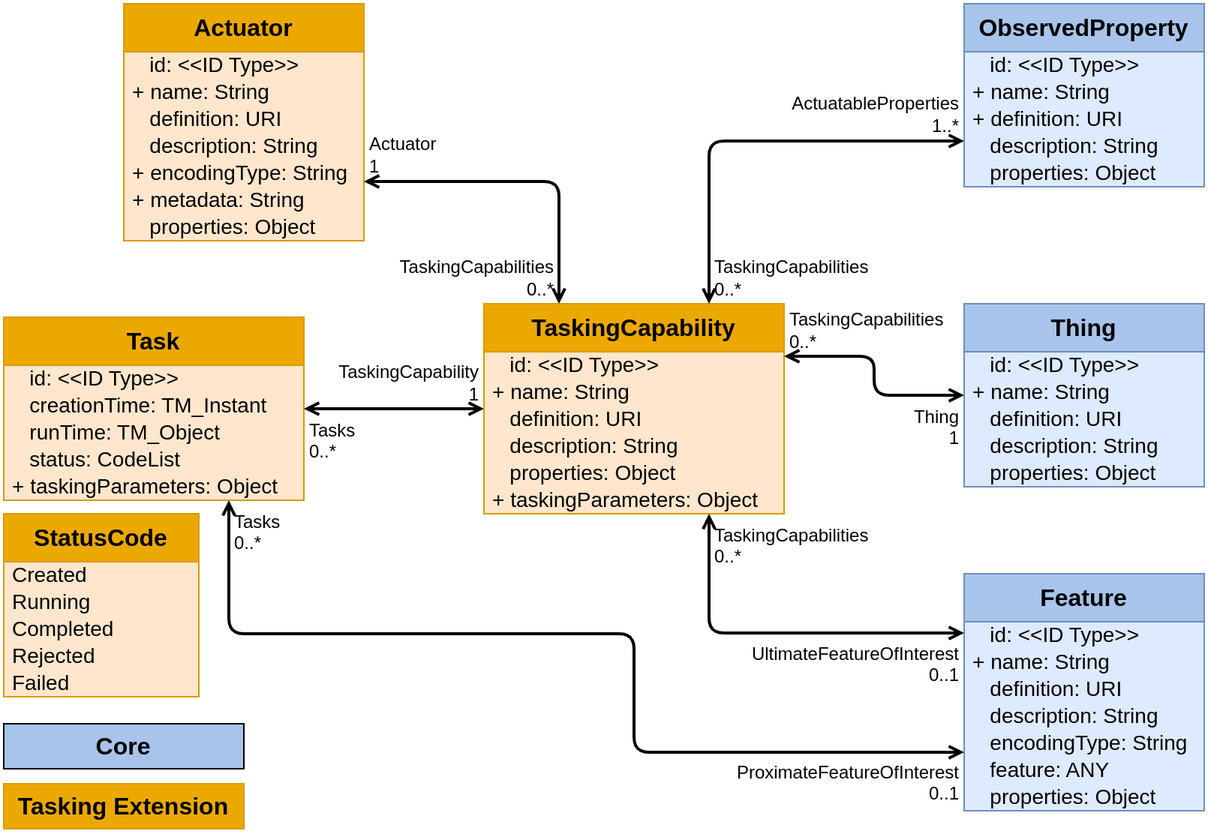
This is figures/Datamodel-SensorThingsApi-V2-Tasking.drawio.png from opengeospatial/sensorthings, a draw.io export, as it was before one commit. Source tidied: cells renumbered, new cells last; positions are measured from the earlier drawing's top-left corner, leaving out a move shared by most shapes.
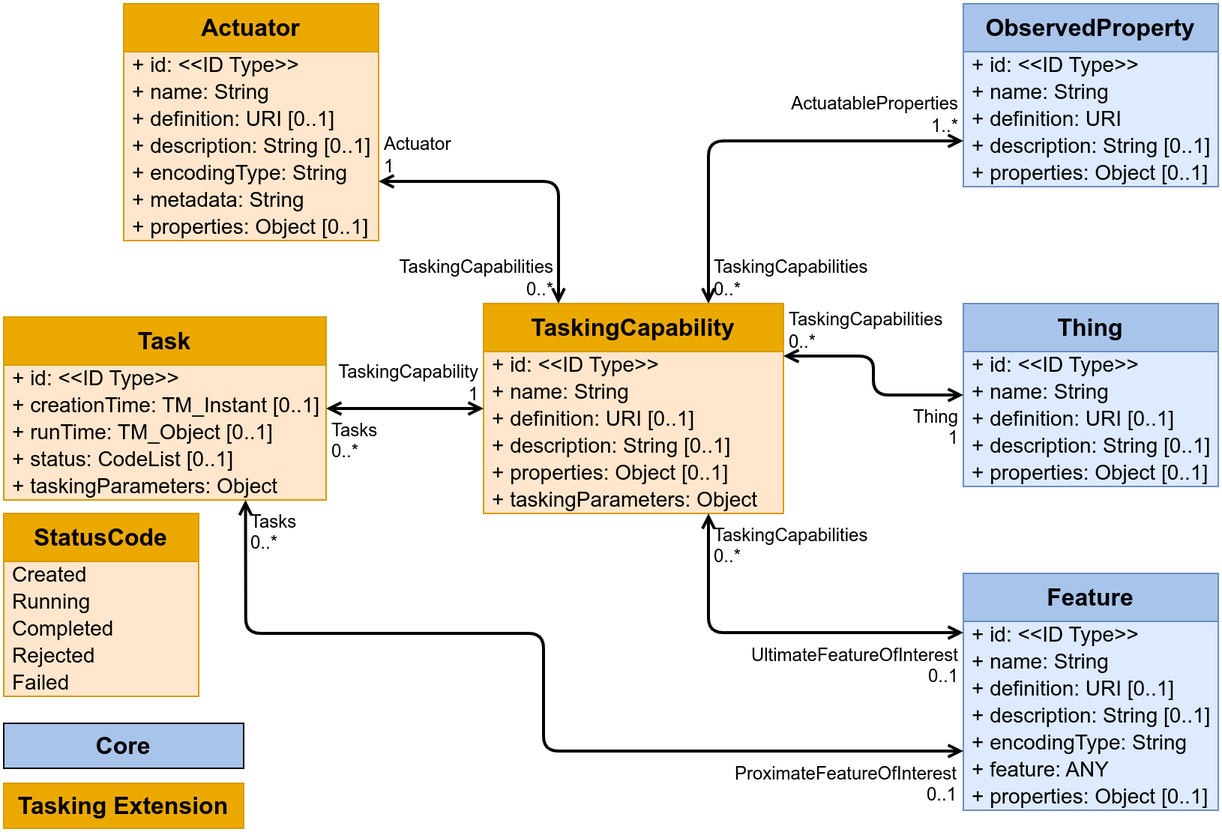
Above is the later version.

Diff of the diagram source:
```diff
@@ -5,60 +5,60 @@
     <mxCell id="2" value="Feature" style="swimlane;fontStyle=1;horizontal=1;startSize=32;fontSize=16;whiteSpace=wrap;html=1;fillColor=#A9C4EB;strokeColor=#6c8ebf;swimlaneFillColor=#DDEAFF;verticalAlign=top;" parent="1" vertex="1">
-      <mxGeometry x="640" y="380" width="160" height="158" as="geometry" />
+      <mxGeometry x="640" y="380" width="170" height="158" as="geometry" />
     </mxCell>
-    <mxCell id="3" value="&amp;nbsp;&amp;nbsp;&amp;nbsp;id: &amp;lt;&amp;lt;ID Type&amp;gt;&amp;gt;" style="text;strokeColor=none;fillColor=none;align=left;verticalAlign=middle;spacingLeft=4;spacingRight=4;overflow=visible;html=1;fontSize=14;" parent="2" vertex="1">
-      <mxGeometry y="32" width="160" height="18" as="geometry" />
+    <mxCell id="3" value="+ id: &amp;lt;&amp;lt;ID Type&amp;gt;&amp;gt;" style="text;strokeColor=none;fillColor=none;align=left;verticalAlign=middle;spacingLeft=4;spacingRight=4;overflow=visible;html=1;fontSize=14;" parent="2" vertex="1">
+      <mxGeometry y="32" width="170" height="18" as="geometry" />
     </mxCell>
     <mxCell id="4" value="+ name: String" style="text;strokeColor=none;fillColor=none;align=left;verticalAlign=middle;spacingLeft=4;spacingRight=4;overflow=visible;html=1;fontSize=14;" parent="2" vertex="1">
-      <mxGeometry y="50" width="160" height="18" as="geometry" />
+      <mxGeometry y="50" width="170" height="18" as="geometry" />
     </mxCell>
-    <mxCell id="5" value="&amp;nbsp; &amp;nbsp;definition: URI" style="text;strokeColor=none;fillColor=none;align=left;verticalAlign=middle;spacingLeft=4;spacingRight=4;overflow=visible;html=1;fontSize=14;" parent="2" vertex="1">
-      <mxGeometry y="68" width="160" height="18" as="geometry" />
+    <mxCell id="5" value="+ definition: URI&amp;nbsp;[0..1]" style="text;strokeColor=none;fillColor=none;align=left;verticalAlign=middle;spacingLeft=4;spacingRight=4;overflow=visible;html=1;fontSize=14;" parent="2" vertex="1">
+      <mxGeometry y="68" width="170" height="18" as="geometry" />
     </mxCell>
-    <mxCell id="6" value="&amp;nbsp; &amp;nbsp;description: String" style="text;strokeColor=none;fillColor=none;align=left;verticalAlign=middle;spacingLeft=4;spacingRight=4;overflow=visible;html=1;fontSize=14;" parent="2" vertex="1">
-      <mxGeometry y="86" width="160" height="18" as="geometry" />
+    <mxCell id="6" value="+ description: String&amp;nbsp;[0..1]" style="text;strokeColor=none;fillColor=none;align=left;verticalAlign=middle;spacingLeft=4;spacingRight=4;overflow=visible;html=1;fontSize=14;" parent="2" vertex="1">
+      <mxGeometry y="86" width="170" height="18" as="geometry" />
     </mxCell>
-    <mxCell id="7" value="&amp;nbsp; &amp;nbsp;encodingType: String" style="text;strokeColor=none;fillColor=none;align=left;verticalAlign=middle;spacingLeft=4;spacingRight=4;overflow=visible;html=1;fontSize=14;" parent="2" vertex="1">
-      <mxGeometry y="104" width="160" height="18" as="geometry" />
+    <mxCell id="7" value="+ encodingType: String" style="text;strokeColor=none;fillColor=none;align=left;verticalAlign=middle;spacingLeft=4;spacingRight=4;overflow=visible;html=1;fontSize=14;" parent="2" vertex="1">
+      <mxGeometry y="104" width="170" height="18" as="geometry" />
     </mxCell>
-    <mxCell id="8" value="&amp;nbsp; &amp;nbsp;feature: ANY" style="text;strokeColor=none;fillColor=none;align=left;verticalAlign=middle;spacingLeft=4;spacingRight=4;overflow=visible;html=1;fontSize=14;" parent="2" vertex="1">
-      <mxGeometry y="122" width="160" height="18" as="geometry" />
+    <mxCell id="8" value="+ feature: ANY" style="text;strokeColor=none;fillColor=none;align=left;verticalAlign=middle;spacingLeft=4;spacingRight=4;overflow=visible;html=1;fontSize=14;" parent="2" vertex="1">
+      <mxGeometry y="122" width="170" height="18" as="geometry" />
     </mxCell>
-    <mxCell id="9" value="&amp;nbsp;&amp;nbsp;&amp;nbsp;properties: Object" style="text;strokeColor=none;fillColor=none;align=left;verticalAlign=middle;spacingLeft=4;spacingRight=4;overflow=visible;html=1;fontSize=14;" parent="2" vertex="1">
-      <mxGeometry y="140" width="160" height="18" as="geometry" />
+    <mxCell id="9" value="+ properties: Object&amp;nbsp;[0..1]" style="text;strokeColor=none;fillColor=none;align=left;verticalAlign=middle;spacingLeft=4;spacingRight=4;overflow=visible;html=1;fontSize=14;" parent="2" vertex="1">
+      <mxGeometry y="140" width="170" height="18" as="geometry" />
     </mxCell>
     <mxCell id="10" value="ObservedProperty" style="swimlane;fontStyle=1;horizontal=1;startSize=32;fontSize=16;whiteSpace=wrap;html=1;fillColor=#A9C4EB;strokeColor=#6c8ebf;swimlaneFillColor=#DDEAFF;verticalAlign=top;" parent="1" vertex="1">
-      <mxGeometry x="640" width="160" height="122" as="geometry" />
+      <mxGeometry x="640" width="170" height="122" as="geometry" />
     </mxCell>
-    <mxCell id="11" value="&amp;nbsp;&amp;nbsp;&amp;nbsp;id: &amp;lt;&amp;lt;ID Type&amp;gt;&amp;gt;" style="text;strokeColor=none;fillColor=none;align=left;verticalAlign=middle;spacingLeft=4;spacingRight=4;overflow=visible;html=1;fontSize=14;" parent="10" vertex="1">
-      <mxGeometry y="32" width="160" height="18" as="geometry" />
+    <mxCell id="11" value="+ id: &amp;lt;&amp;lt;ID Type&amp;gt;&amp;gt;" style="text;strokeColor=none;fillColor=none;align=left;verticalAlign=middle;spacingLeft=4;spacingRight=4;overflow=visible;html=1;fontSize=14;" parent="10" vertex="1">
+      <mxGeometry y="32" width="170" height="18" as="geometry" />
     </mxCell>
     <mxCell id="12" value="+ name: String" style="text;strokeColor=none;fillColor=none;align=left;verticalAlign=middle;spacingLeft=4;spacingRight=4;overflow=visible;html=1;fontSize=14;" parent="10" vertex="1">
-      <mxGeometry y="50" width="160" height="18" as="geometry" />
+      <mxGeometry y="50" width="170" height="18" as="geometry" />
     </mxCell>
     <mxCell id="13" value="+ definition: URI" style="text;strokeColor=none;fillColor=none;align=left;verticalAlign=middle;spacingLeft=4;spacingRight=4;overflow=visible;html=1;fontSize=14;" parent="10" vertex="1">
-      <mxGeometry y="68" width="160" height="18" as="geometry" />
+      <mxGeometry y="68" width="170" height="18" as="geometry" />
     </mxCell>
-    <mxCell id="14" value="&amp;nbsp; &amp;nbsp;description: String" style="text;strokeColor=none;fillColor=none;align=left;verticalAlign=middle;spacingLeft=4;spacingRight=4;overflow=visible;html=1;fontSize=14;" parent="10" vertex="1">
-      <mxGeometry y="86" width="160" height="18" as="geometry" />
+    <mxCell id="14" value="+ description: String&amp;nbsp;[0..1]" style="text;strokeColor=none;fillColor=none;align=left;verticalAlign=middle;spacingLeft=4;spacingRight=4;overflow=visible;html=1;fontSize=14;" parent="10" vertex="1">
+      <mxGeometry y="86" width="170" height="18" as="geometry" />
     </mxCell>
-    <mxCell id="15" value="&amp;nbsp;&amp;nbsp;&amp;nbsp;properties: Object" style="text;strokeColor=none;fillColor=none;align=left;verticalAlign=middle;spacingLeft=4;spacingRight=4;overflow=visible;html=1;fontSize=14;" parent="10" vertex="1">
-      <mxGeometry y="104" width="160" height="18" as="geometry" />
+    <mxCell id="15" value="+ properties: Object&amp;nbsp;[0..1]" style="text;strokeColor=none;fillColor=none;align=left;verticalAlign=middle;spacingLeft=4;spacingRight=4;overflow=visible;html=1;fontSize=14;" parent="10" vertex="1">
+      <mxGeometry y="104" width="170" height="18" as="geometry" />
     </mxCell>
     <mxCell id="16" value="Thing" style="swimlane;fontStyle=1;horizontal=1;startSize=32;fontSize=16;whiteSpace=wrap;html=1;fillColor=#A9C4EB;strokeColor=#6c8ebf;swimlaneFillColor=#DDEAFF;verticalAlign=top;" parent="1" vertex="1">
-      <mxGeometry x="640" y="200" width="160" height="122" as="geometry" />
+      <mxGeometry x="640" y="200" width="170" height="122" as="geometry" />
     </mxCell>
-    <mxCell id="17" value="&amp;nbsp;&amp;nbsp;&amp;nbsp;id: &amp;lt;&amp;lt;ID Type&amp;gt;&amp;gt;" style="text;strokeColor=none;fillColor=none;align=left;verticalAlign=middle;spacingLeft=4;spacingRight=4;overflow=visible;html=1;fontSize=14;" parent="16" vertex="1">
-      <mxGeometry y="32" width="160" height="18" as="geometry" />
+    <mxCell id="17" value="+ id: &amp;lt;&amp;lt;ID Type&amp;gt;&amp;gt;" style="text;strokeColor=none;fillColor=none;align=left;verticalAlign=middle;spacingLeft=4;spacingRight=4;overflow=visible;html=1;fontSize=14;" parent="16" vertex="1">
+      <mxGeometry y="32" width="170" height="18" as="geometry" />
     </mxCell>
     <mxCell id="18" value="+ name: String" style="text;strokeColor=none;fillColor=none;align=left;verticalAlign=middle;spacingLeft=4;spacingRight=4;overflow=visible;html=1;fontSize=14;" parent="16" vertex="1">
-      <mxGeometry y="50" width="160" height="18" as="geometry" />
+      <mxGeometry y="50" width="170" height="18" as="geometry" />
     </mxCell>
-    <mxCell id="19" value="&amp;nbsp; &amp;nbsp;definition: URI" style="text;strokeColor=none;fillColor=none;align=left;verticalAlign=middle;spacingLeft=4;spacingRight=4;overflow=visible;html=1;fontSize=14;" parent="16" vertex="1">
-      <mxGeometry y="68" width="160" height="18" as="geometry" />
+    <mxCell id="19" value="+ definition: URI&amp;nbsp;[0..1]" style="text;strokeColor=none;fillColor=none;align=left;verticalAlign=middle;spacingLeft=4;spacingRight=4;overflow=visible;html=1;fontSize=14;" parent="16" vertex="1">
+      <mxGeometry y="68" width="170" height="18" as="geometry" />
     </mxCell>
-    <mxCell id="20" value="&amp;nbsp; &amp;nbsp;description: String" style="text;strokeColor=none;fillColor=none;align=left;verticalAlign=middle;spacingLeft=4;spacingRight=4;overflow=visible;html=1;fontSize=14;" parent="16" vertex="1">
-      <mxGeometry y="86" width="160" height="18" as="geometry" />
+    <mxCell id="20" value="+ description: String&amp;nbsp;[0..1]" style="text;strokeColor=none;fillColor=none;align=left;verticalAlign=middle;spacingLeft=4;spacingRight=4;overflow=visible;html=1;fontSize=14;" parent="16" vertex="1">
+      <mxGeometry y="86" width="170" height="18" as="geometry" />
     </mxCell>
-    <mxCell id="21" value="&amp;nbsp;&amp;nbsp;&amp;nbsp;properties: Object" style="text;strokeColor=none;fillColor=none;align=left;verticalAlign=middle;spacingLeft=4;spacingRight=4;overflow=visible;html=1;fontSize=14;" parent="16" vertex="1">
-      <mxGeometry y="104" width="160" height="18" as="geometry" />
+    <mxCell id="21" value="+ properties: Object&amp;nbsp;[0..1]" style="text;strokeColor=none;fillColor=none;align=left;verticalAlign=middle;spacingLeft=4;spacingRight=4;overflow=visible;html=1;fontSize=14;" parent="16" vertex="1">
+      <mxGeometry y="104" width="170" height="18" as="geometry" />
     </mxCell>
@@ -68,42 +68,42 @@
     <mxCell id="23" value="Actuator" style="swimlane;fontStyle=1;horizontal=1;startSize=32;fontSize=16;whiteSpace=wrap;html=1;fillColor=#EBA900;strokeColor=#d79b00;swimlaneFillColor=#FFE6CC;" parent="1" vertex="1">
-      <mxGeometry x="80" width="160" height="158" as="geometry" />
+      <mxGeometry x="80" width="170" height="158" as="geometry" />
     </mxCell>
-    <mxCell id="24" value="&amp;nbsp; &amp;nbsp;id: &amp;lt;&amp;lt;ID Type&amp;gt;&amp;gt;" style="text;strokeColor=none;fillColor=none;align=left;verticalAlign=middle;spacingLeft=4;spacingRight=4;overflow=visible;html=1;fontSize=14;" parent="23" vertex="1">
-      <mxGeometry y="32" width="160" height="18" as="geometry" />
+    <mxCell id="24" value="+ id: &amp;lt;&amp;lt;ID Type&amp;gt;&amp;gt;" style="text;strokeColor=none;fillColor=none;align=left;verticalAlign=middle;spacingLeft=4;spacingRight=4;overflow=visible;html=1;fontSize=14;" parent="23" vertex="1">
+      <mxGeometry y="32" width="170" height="18" as="geometry" />
     </mxCell>
     <mxCell id="25" value="+ name: String" style="text;strokeColor=none;fillColor=none;align=left;verticalAlign=middle;spacingLeft=4;spacingRight=4;overflow=visible;html=1;fontSize=14;" parent="23" vertex="1">
-      <mxGeometry y="50" width="160" height="18" as="geometry" />
+      <mxGeometry y="50" width="170" height="18" as="geometry" />
     </mxCell>
-    <mxCell id="26" value="&amp;nbsp; &amp;nbsp;definition: URI" style="text;strokeColor=none;fillColor=none;align=left;verticalAlign=middle;spacingLeft=4;spacingRight=4;overflow=visible;html=1;fontSize=14;" parent="23" vertex="1">
-      <mxGeometry y="68" width="160" height="18" as="geometry" />
+    <mxCell id="26" value="+ definition: URI&amp;nbsp;[0..1]" style="text;strokeColor=none;fillColor=none;align=left;verticalAlign=middle;spacingLeft=4;spacingRight=4;overflow=visible;html=1;fontSize=14;" parent="23" vertex="1">
+      <mxGeometry y="68" width="170" height="18" as="geometry" />
     </mxCell>
-    <mxCell id="27" value="&amp;nbsp; &amp;nbsp;description: String" style="text;strokeColor=none;fillColor=none;align=left;verticalAlign=middle;spacingLeft=4;spacingRight=4;overflow=visible;html=1;fontSize=14;" parent="23" vertex="1">
-      <mxGeometry y="86" width="160" height="18" as="geometry" />
+    <mxCell id="27" value="+ description: String&amp;nbsp;[0..1]" style="text;strokeColor=none;fillColor=none;align=left;verticalAlign=middle;spacingLeft=4;spacingRight=4;overflow=visible;html=1;fontSize=14;" parent="23" vertex="1">
+      <mxGeometry y="86" width="170" height="18" as="geometry" />
     </mxCell>
     <mxCell id="28" value="+ encodingType: String" style="text;strokeColor=none;fillColor=none;align=left;verticalAlign=middle;spacingLeft=4;spacingRight=4;overflow=visible;html=1;fontSize=14;" parent="23" vertex="1">
-      <mxGeometry y="104" width="160" height="18" as="geometry" />
+      <mxGeometry y="104" width="170" height="18" as="geometry" />
     </mxCell>
     <mxCell id="29" value="+ metadata: String" style="text;strokeColor=none;fillColor=none;align=left;verticalAlign=middle;spacingLeft=4;spacingRight=4;overflow=visible;html=1;fontSize=14;" parent="23" vertex="1">
-      <mxGeometry y="122" width="160" height="18" as="geometry" />
+      <mxGeometry y="122" width="170" height="18" as="geometry" />
     </mxCell>
-    <mxCell id="30" value="&amp;nbsp;&amp;nbsp;&amp;nbsp;properties: Object" style="text;strokeColor=none;fillColor=none;align=left;verticalAlign=middle;spacingLeft=4;spacingRight=4;overflow=visible;html=1;fontSize=14;" parent="23" vertex="1">
-      <mxGeometry y="140" width="160" height="18" as="geometry" />
+    <mxCell id="30" value="+ properties: Object&amp;nbsp;[0..1]" style="text;strokeColor=none;fillColor=none;align=left;verticalAlign=middle;spacingLeft=4;spacingRight=4;overflow=visible;html=1;fontSize=14;" parent="23" vertex="1">
+      <mxGeometry y="140" width="170" height="18" as="geometry" />
     </mxCell>
     <mxCell id="31" value="Task" style="swimlane;fontStyle=1;horizontal=1;startSize=32;fontSize=16;whiteSpace=wrap;html=1;fillColor=#EBA900;strokeColor=#d79b00;swimlaneFillColor=#FFE6CC;" parent="1" vertex="1">
-      <mxGeometry y="209" width="200" height="122" as="geometry" />
+      <mxGeometry y="209" width="215" height="122" as="geometry" />
     </mxCell>
-    <mxCell id="32" value="&amp;nbsp; &amp;nbsp;id: &amp;lt;&amp;lt;ID Type&amp;gt;&amp;gt;" style="text;strokeColor=none;fillColor=none;align=left;verticalAlign=middle;spacingLeft=4;spacingRight=4;overflow=visible;html=1;fontSize=14;" parent="31" vertex="1">
-      <mxGeometry y="32" width="200" height="18" as="geometry" />
+    <mxCell id="32" value="+ id: &amp;lt;&amp;lt;ID Type&amp;gt;&amp;gt;" style="text;strokeColor=none;fillColor=none;align=left;verticalAlign=middle;spacingLeft=4;spacingRight=4;overflow=visible;html=1;fontSize=14;" parent="31" vertex="1">
+      <mxGeometry y="32" width="215" height="18" as="geometry" />
     </mxCell>
-    <mxCell id="33" value="&amp;nbsp;&amp;nbsp;&amp;nbsp;creationTime: TM_Instant" style="text;strokeColor=none;fillColor=none;align=left;verticalAlign=middle;spacingLeft=4;spacingRight=4;overflow=visible;html=1;fontSize=14;" parent="31" vertex="1">
-      <mxGeometry y="50" width="200" height="18" as="geometry" />
+    <mxCell id="33" value="+ creationTime: TM_Instant&amp;nbsp;[0..1]" style="text;strokeColor=none;fillColor=none;align=left;verticalAlign=middle;spacingLeft=4;spacingRight=4;overflow=visible;html=1;fontSize=14;" parent="31" vertex="1">
+      <mxGeometry y="50" width="215" height="18" as="geometry" />
     </mxCell>
-    <mxCell id="34" value="&amp;nbsp;&amp;nbsp;&amp;nbsp;runTime: TM_Object" style="text;strokeColor=none;fillColor=none;align=left;verticalAlign=middle;spacingLeft=4;spacingRight=4;overflow=visible;html=1;fontSize=14;" parent="31" vertex="1">
-      <mxGeometry y="68" width="200" height="18" as="geometry" />
+    <mxCell id="34" value="+ runTime: TM_Object&amp;nbsp;[0..1]" style="text;strokeColor=none;fillColor=none;align=left;verticalAlign=middle;spacingLeft=4;spacingRight=4;overflow=visible;html=1;fontSize=14;" parent="31" vertex="1">
+      <mxGeometry y="68" width="215" height="18" as="geometry" />
     </mxCell>
-    <mxCell id="35" value="&amp;nbsp;&amp;nbsp;&amp;nbsp;status: CodeList" style="text;strokeColor=none;fillColor=none;align=left;verticalAlign=middle;spacingLeft=4;spacingRight=4;overflow=visible;html=1;fontSize=14;" parent="31" vertex="1">
-      <mxGeometry y="86" width="200" height="18" as="geometry" />
+    <mxCell id="35" value="+ status: CodeList&amp;nbsp;[0..1]" style="text;strokeColor=none;fillColor=none;align=left;verticalAlign=middle;spacingLeft=4;spacingRight=4;overflow=visible;html=1;fontSize=14;" parent="31" vertex="1">
+      <mxGeometry y="86" width="215" height="18" as="geometry" />
     </mxCell>
     <mxCell id="36" value="+ taskingParameters: Object" style="text;strokeColor=none;fillColor=none;align=left;verticalAlign=middle;spacingLeft=4;spacingRight=4;overflow=visible;html=1;fontSize=14;" parent="31" vertex="1">
-      <mxGeometry y="104" width="200" height="18" as="geometry" />
+      <mxGeometry y="104" width="215" height="18" as="geometry" />
     </mxCell>
@@ -112,3 +112,3 @@
     </mxCell>
-    <mxCell id="38" value="&amp;nbsp; &amp;nbsp;id: &amp;lt;&amp;lt;ID Type&amp;gt;&amp;gt;" style="text;strokeColor=none;fillColor=none;align=left;verticalAlign=middle;spacingLeft=4;spacingRight=4;overflow=visible;html=1;fontSize=14;" parent="37" vertex="1">
+    <mxCell id="38" value="+ id: &amp;lt;&amp;lt;ID Type&amp;gt;&amp;gt;" style="text;strokeColor=none;fillColor=none;align=left;verticalAlign=middle;spacingLeft=4;spacingRight=4;overflow=visible;html=1;fontSize=14;" parent="37" vertex="1">
       <mxGeometry y="32" width="200" height="18" as="geometry" />
@@ -118,9 +118,9 @@
     </mxCell>
-    <mxCell id="40" value="&amp;nbsp; &amp;nbsp;definition: URI" style="text;strokeColor=none;fillColor=none;align=left;verticalAlign=middle;spacingLeft=4;spacingRight=4;overflow=visible;html=1;fontSize=14;" parent="37" vertex="1">
+    <mxCell id="40" value="+ definition: URI&amp;nbsp;[0..1]" style="text;strokeColor=none;fillColor=none;align=left;verticalAlign=middle;spacingLeft=4;spacingRight=4;overflow=visible;html=1;fontSize=14;" parent="37" vertex="1">
       <mxGeometry y="68" width="200" height="18" as="geometry" />
     </mxCell>
-    <mxCell id="41" value="&amp;nbsp; &amp;nbsp;description: String" style="text;strokeColor=none;fillColor=none;align=left;verticalAlign=middle;spacingLeft=4;spacingRight=4;overflow=visible;html=1;fontSize=14;" parent="37" vertex="1">
+    <mxCell id="41" value="+ description: String&amp;nbsp;[0..1]" style="text;strokeColor=none;fillColor=none;align=left;verticalAlign=middle;spacingLeft=4;spacingRight=4;overflow=visible;html=1;fontSize=14;" parent="37" vertex="1">
       <mxGeometry y="86" width="200" height="18" as="geometry" />
     </mxCell>
-    <mxCell id="42" value="&amp;nbsp;&amp;nbsp;&amp;nbsp;properties: Object" style="text;strokeColor=none;fillColor=none;align=left;verticalAlign=middle;spacingLeft=4;spacingRight=4;overflow=visible;html=1;fontSize=14;" parent="37" vertex="1">
+    <mxCell id="42" value="+ properties: Object&amp;nbsp;[0..1]" style="text;strokeColor=none;fillColor=none;align=left;verticalAlign=middle;spacingLeft=4;spacingRight=4;overflow=visible;html=1;fontSize=14;" parent="37" vertex="1">
       <mxGeometry y="104" width="200" height="18" as="geometry" />
@@ -178,6 +178,5 @@
         <Array as="points">
-          <mxPoint x="150" y="420" />
-          <mxPoint x="420" y="420" />
-          <mxPoint x="420" y="499" />
-          <mxPoint x="640" y="499" />
+          <mxPoint x="161" y="420" />
+          <mxPoint x="360" y="420" />
+          <mxPoint x="360" y="499" />
         </Array>
```
